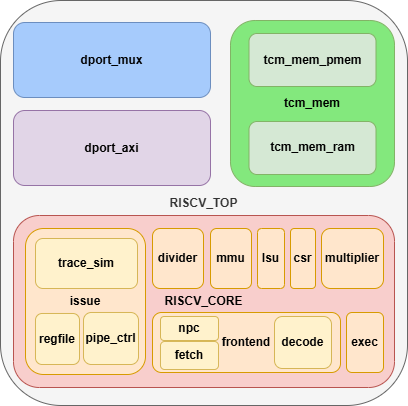
Above: description/riscv_tcm_top.png in YarosLove91/biriscv (draw.io), before the change. Source tidied: cells renumbered, new cells last; positions are measured from the earlier drawing's top-left corner, leaving out a move shared by most shapes.
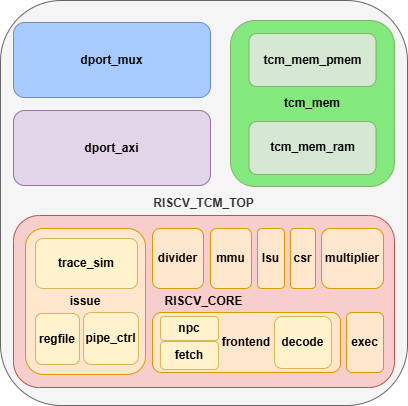
After the commit.

Commit message:
refactoring description

Diff of the diagram source:
```diff
@@ -2,7 +2,7 @@
   <root>
     <mxCell id="0" />
     <mxCell id="1" parent="0" />
-    <mxCell id="2" value="&lt;b&gt;RISCV_TOP&lt;/b&gt;" style="rounded=1;whiteSpace=wrap;html=1;fillColor=#f5f5f5;fontColor=#333333;strokeColor=#666666;" parent="1" vertex="1">
+    <mxCell id="2" value="&lt;b&gt;RISCV_TCM_TOP&lt;/b&gt;" style="rounded=1;whiteSpace=wrap;html=1;fillColor=#f5f5f5;fontColor=#333333;strokeColor=#666666;" parent="1" vertex="1">
       <mxGeometry width="407" height="405" as="geometry" />
     </mxCell>
     <mxCell id="3" value="&lt;b&gt;RISCV_CORE&lt;/b&gt;" style="rounded=1;whiteSpace=wrap;html=1;fillColor=#f8cecc;strokeColor=#b85450;" parent="1" vertex="1">
```
